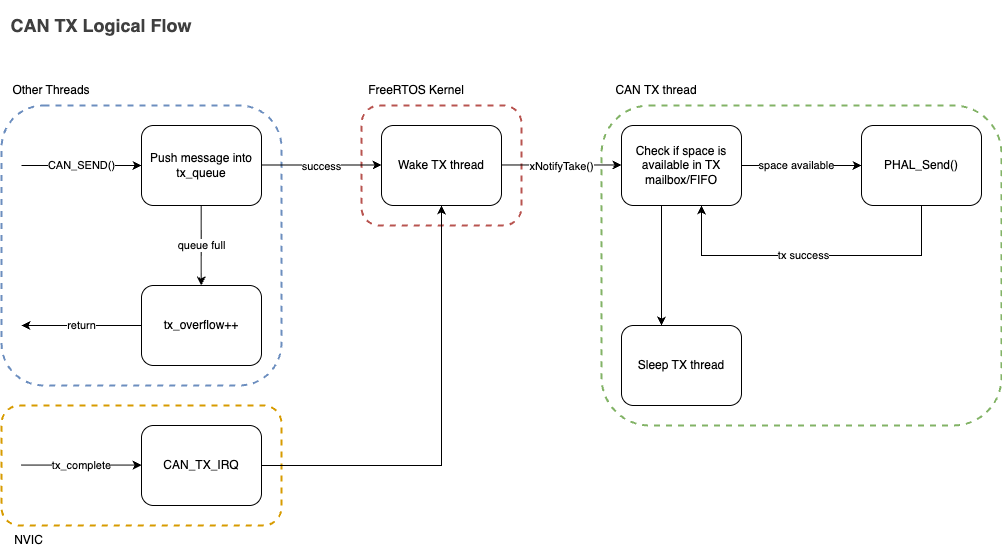
Earlier version of the draw.io export common/can_library/can_tx_logic.drawio.png (PurdueElectricRacing/firmware). Source tidied: cells renumbered, new cells last; positions are measured from the earlier drawing's top-left corner, leaving out a move shared by most shapes.
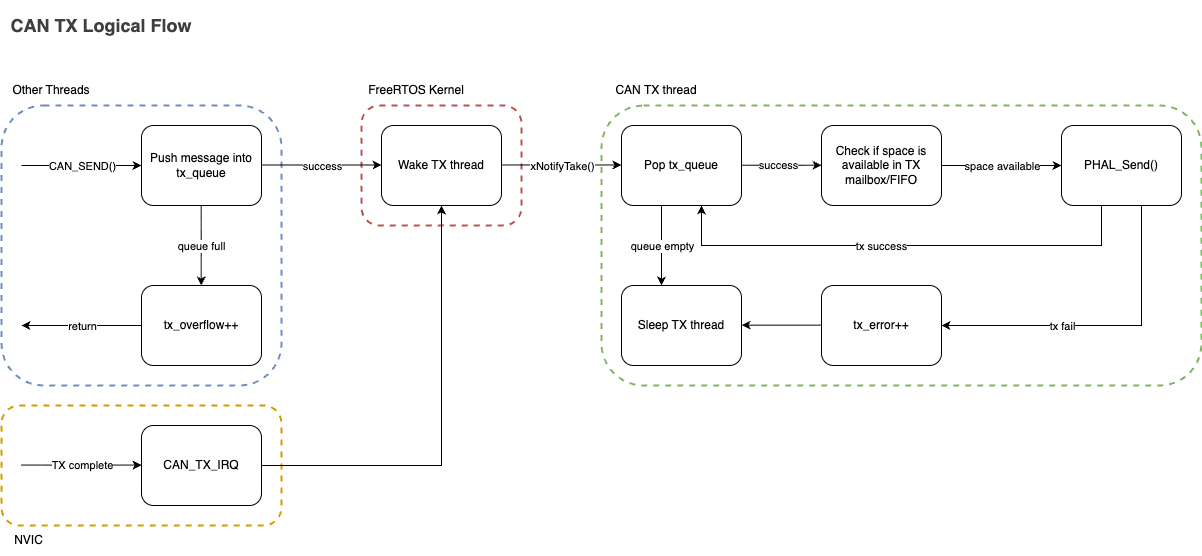
Later version of the same file.

Commit message:
show message source

Change to the diagram source:
```diff
@@ -3,7 +3,7 @@
     <mxCell id="0" />
     <mxCell id="1" parent="0" />
     <mxCell id="2" style="rounded=1;whiteSpace=wrap;html=1;fillColor=none;dashed=1;strokeColor=#82b366;strokeWidth=2;" parent="1" vertex="1">
-      <mxGeometry x="600" y="100" width="400" height="320" as="geometry" />
+      <mxGeometry x="600" y="100" width="600" height="280" as="geometry" />
     </mxCell>
     <mxCell id="3" style="rounded=1;whiteSpace=wrap;html=1;fillColor=none;dashed=1;strokeColor=#d79b00;strokeWidth=2;" parent="1" vertex="1">
       <mxGeometry y="400" width="280" height="120" as="geometry" />
@@ -88,46 +88,40 @@
       <mxGeometry y="70" width="100" height="30" as="geometry" />
     </mxCell>
     <mxCell id="22" value="Check if space is available in TX mailbox/FIFO" style="rounded=1;whiteSpace=wrap;html=1;" parent="1" vertex="1">
-      <mxGeometry x="620" y="120" width="120" height="80" as="geometry" />
+      <mxGeometry x="820" y="120" width="120" height="80" as="geometry" />
     </mxCell>
     <mxCell id="23" style="endArrow=classic;html=1;" parent="1" edge="1">
       <mxGeometry relative="1" as="geometry">
-        <mxPoint x="740" y="160" as="sourcePoint" />
-        <mxPoint x="860" y="160" as="targetPoint" />
+        <mxPoint x="940" y="160" as="sourcePoint" />
+        <mxPoint x="1060" y="160" as="targetPoint" />
       </mxGeometry>
     </mxCell>
     <mxCell id="24" value="space available" style="edgeLabel;html=1;align=center;verticalAlign=middle;" parent="23" vertex="1">
       <mxGeometry x="-0.08" y="-2" relative="1" as="geometry">
-        <mxPoint y="-2" as="offset" />
+        <mxPoint x="5" y="-2" as="offset" />
       </mxGeometry>
     </mxCell>
     <mxCell id="25" value="PHAL_Send()" style="rounded=1;whiteSpace=wrap;html=1;" parent="1" vertex="1">
-      <mxGeometry x="860" y="120" width="120" height="80" as="geometry" />
+      <mxGeometry x="1060" y="120" width="120" height="80" as="geometry" />
     </mxCell>
     <mxCell id="26" style="endArrow=classic;html=1;rounded=0;curved=0;" parent="1" edge="1">
       <mxGeometry relative="1" as="geometry">
-        <mxPoint x="920" y="200.5" as="sourcePoint" />
+        <mxPoint x="1100" y="200.5" as="sourcePoint" />
         <mxPoint x="700" y="200" as="targetPoint" />
         <Array as="points">
-          <mxPoint x="920" y="250" />
-          <mxPoint x="700" y="250" />
+          <mxPoint x="1100" y="240" />
+          <mxPoint x="700" y="240" />
         </Array>
       </mxGeometry>
     </mxCell>
     <mxCell id="27" value="tx success" style="edgeLabel;html=1;align=center;verticalAlign=middle;" parent="26" vertex="1">
       <mxGeometry x="0.05" y="-2" relative="1" as="geometry">
-        <mxPoint y="2" as="offset" />
+        <mxPoint x="-7" y="2" as="offset" />
       </mxGeometry>
     </mxCell>
     <mxCell id="28" value="Sleep TX thread" style="rounded=1;whiteSpace=wrap;html=1;" parent="1" vertex="1">
-      <mxGeometry x="620" y="320" width="120" height="80" as="geometry" />
+      <mxGeometry x="620" y="280" width="120" height="80" as="geometry" />
     </mxCell>
-    <mxCell id="29" style="endArrow=classic;html=1;" parent="1" edge="1">
-      <mxGeometry relative="1" as="geometry">
-        <mxPoint x="660" y="200" as="sourcePoint" />
-        <mxPoint x="660" y="320" as="targetPoint" />
-      </mxGeometry>
-    </mxCell>
     <mxCell id="30" value="CAN_TX_IRQ" style="rounded=1;whiteSpace=wrap;html=1;" parent="1" vertex="1">
       <mxGeometry x="140" y="420" width="120" height="80" as="geometry" />
     </mxCell>
@@ -137,7 +131,7 @@
         <mxPoint x="140" y="459.6" as="targetPoint" />
       </mxGeometry>
     </mxCell>
-    <mxCell id="32" value="tx_complete" style="edgeLabel;html=1;align=center;verticalAlign=middle;" parent="31" vertex="1">
+    <mxCell id="32" value="TX complete" style="edgeLabel;html=1;align=center;verticalAlign=middle;" parent="31" vertex="1">
       <mxGeometry x="-0.49" y="-1" relative="1" as="geometry">
         <mxPoint x="29" y="-1" as="offset" />
       </mxGeometry>
@@ -157,5 +151,53 @@
     <mxCell id="35" value="CAN TX thread" style="text;html=1;align=center;verticalAlign=middle;whiteSpace=wrap;rounded=0;" parent="1" vertex="1">
       <mxGeometry x="600" y="70" width="110" height="30" as="geometry" />
     </mxCell>
+    <mxCell id="36" value="Pop tx_queue" style="rounded=1;whiteSpace=wrap;html=1;" parent="1" vertex="1">
+      <mxGeometry x="620" y="120" width="120" height="80" as="geometry" />
+    </mxCell>
+    <mxCell id="37" style="endArrow=classic;html=1;" parent="1" edge="1">
+      <mxGeometry relative="1" as="geometry">
+        <mxPoint x="660" y="200" as="sourcePoint" />
+        <mxPoint x="660" y="280" as="targetPoint" />
+      </mxGeometry>
+    </mxCell>
+    <mxCell id="38" value="queue empty" style="edgeLabel;html=1;align=center;verticalAlign=middle;" parent="37" vertex="1">
+      <mxGeometry x="-0.12" y="-1" relative="1" as="geometry">
+        <mxPoint x="1" y="5" as="offset" />
+      </mxGeometry>
+    </mxCell>
+    <mxCell id="39" style="endArrow=classic;html=1;" parent="1" edge="1">
+      <mxGeometry relative="1" as="geometry">
+        <mxPoint x="740" y="159.7" as="sourcePoint" />
+        <mxPoint x="820" y="159.7" as="targetPoint" />
+      </mxGeometry>
+    </mxCell>
+    <mxCell id="40" value="success" style="edgeLabel;html=1;align=center;verticalAlign=middle;" parent="39" vertex="1">
+      <mxGeometry x="-0.12" y="-1" relative="1" as="geometry">
+        <mxPoint x="1" y="-1" as="offset" />
+      </mxGeometry>
+    </mxCell>
+    <mxCell id="41" style="endArrow=classic;html=1;rounded=0;curved=0;" parent="1" edge="1">
+      <mxGeometry relative="1" as="geometry">
+        <mxPoint x="1140" y="200" as="sourcePoint" />
+        <mxPoint x="940" y="320" as="targetPoint" />
+        <Array as="points">
+          <mxPoint x="1140" y="320" />
+        </Array>
+      </mxGeometry>
+    </mxCell>
+    <mxCell id="42" value="tx fail" style="edgeLabel;html=1;align=center;verticalAlign=middle;" parent="41" vertex="1">
+      <mxGeometry x="0.08" relative="1" as="geometry">
+        <mxPoint x="-28" as="offset" />
+      </mxGeometry>
+    </mxCell>
+    <mxCell id="43" value="tx_error++" style="rounded=1;whiteSpace=wrap;html=1;" parent="1" vertex="1">
+      <mxGeometry x="820" y="280" width="120" height="80" as="geometry" />
+    </mxCell>
+    <mxCell id="44" style="endArrow=classic;html=1;" parent="1" edge="1">
+      <mxGeometry relative="1" as="geometry">
+        <mxPoint x="820" y="319.7" as="sourcePoint" />
+        <mxPoint x="740" y="319.7" as="targetPoint" />
+      </mxGeometry>
+    </mxCell>
   </root>
 </mxGraphModel>
```
